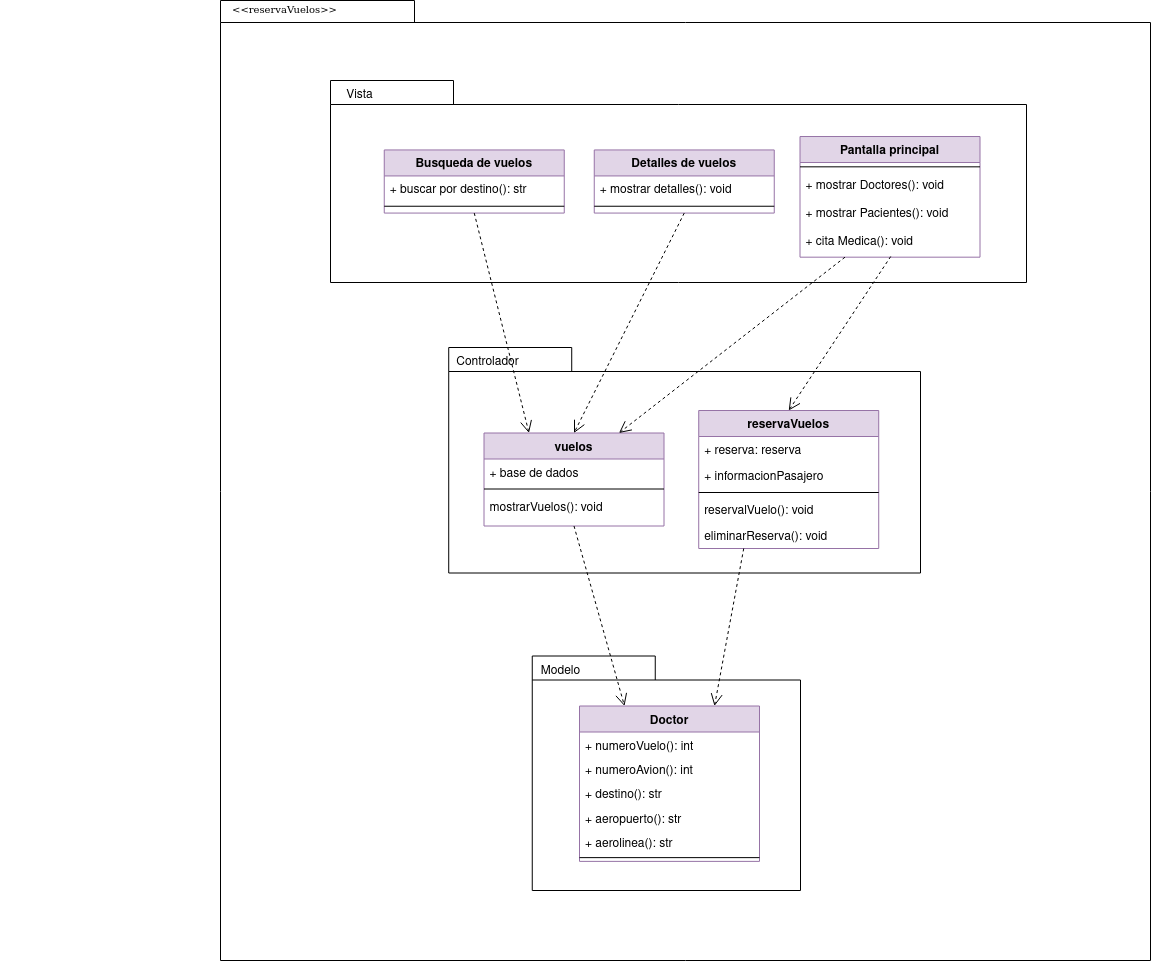
This is diagramas/diagramas/paquete/diagrama_paquete_reserva_vuelo.png from Chugani05/entorno_de_desarrollo, a draw.io export, as it was before one commit. Source tidied: cells renumbered, new cells last; positions are measured from the earlier drawing's top-left corner, leaving out a move shared by most shapes. The source it was exported from:
```xml
<mxGraphModel>
  <root>
    <mxCell id="0" />
    <mxCell id="1" parent="0" />
    <mxCell id="2" style="shape=folder;fontStyle=1;spacingTop=10;tabWidth=194;tabHeight=22;tabPosition=left;html=1;rounded=0;shadow=0;comic=0;labelBackgroundColor=none;strokeWidth=1;fillColor=none;fontFamily=Verdana;fontSize=10;align=center;" parent="1" vertex="1">
      <mxGeometry x="220" width="930" height="960" as="geometry" />
    </mxCell>
    <mxCell id="3" style="group;fillColor=none;" parent="1" vertex="1">
      <mxGeometry y="80" width="1086" height="810" as="geometry" />
    </mxCell>
    <mxCell id="4" style="shape=folder;fontStyle=1;spacingTop=10;tabWidth=123;tabHeight=24;tabPosition=left;html=1;rounded=0;shadow=0;comic=0;labelBackgroundColor=none;strokeWidth=1;fontFamily=Verdana;fontSize=10;align=center;" parent="3" vertex="1">
      <mxGeometry x="330" width="696" height="202" as="geometry" />
    </mxCell>
    <mxCell id="5" value="Busqueda de vuelos" style="swimlane;fontStyle=1;align=center;verticalAlign=top;horizontal=1;startSize=26;rounded=0;shadow=0;strokeWidth=1;fillColor=#e1d5e7;strokeColor=#9673a6;" parent="3" vertex="1">
      <mxGeometry x="383.8" y="69.4" width="180" height="63.1" as="geometry" />
    </mxCell>
    <mxCell id="6" value="+ buscar por destino(): str" style="text;align=left;verticalAlign=top;spacingLeft=4;spacingRight=4;overflow=hidden;" parent="5" vertex="1">
      <mxGeometry y="26" width="180" height="26.3" as="geometry" />
    </mxCell>
    <mxCell id="7" style="line;html=1;strokeWidth=1;align=left;verticalAlign=middle;spacingTop=-1;spacingLeft=3;spacingRight=3;labelPosition=right;" parent="5" vertex="1">
      <mxGeometry y="52.3" width="180" height="8.1" as="geometry" />
    </mxCell>
    <mxCell id="8" value="Detalles de vuelos" style="swimlane;fontStyle=1;align=center;verticalAlign=top;horizontal=1;startSize=26;rounded=0;shadow=0;strokeWidth=1;fillColor=#e1d5e7;strokeColor=#9673a6;" parent="3" vertex="1">
      <mxGeometry x="593.8" y="69.4" width="180" height="63.1" as="geometry" />
    </mxCell>
    <mxCell id="9" value="+ mostrar detalles(): void" style="text;align=left;verticalAlign=top;spacingLeft=4;spacingRight=4;overflow=hidden;" parent="8" vertex="1">
      <mxGeometry y="26" width="180" height="26.3" as="geometry" />
    </mxCell>
    <mxCell id="10" style="line;html=1;strokeWidth=1;align=left;verticalAlign=middle;spacingTop=-1;spacingLeft=3;spacingRight=3;labelPosition=right;" parent="8" vertex="1">
      <mxGeometry y="52.3" width="180" height="8.1" as="geometry" />
    </mxCell>
    <mxCell id="11" value="Vista" style="text;html=1;align=center;verticalAlign=middle;strokeColor=none;fillColor=none;" parent="3" vertex="1">
      <mxGeometry x="333.8" width="50" height="30" as="geometry" />
    </mxCell>
    <mxCell id="12" value="Pantalla principal" style="swimlane;fontStyle=1;align=center;verticalAlign=top;horizontal=1;startSize=26;rounded=0;shadow=0;strokeWidth=1;fillColor=#e1d5e7;strokeColor=#9673a6;" parent="3" vertex="1">
      <mxGeometry x="799.5" y="56" width="180" height="120.7" as="geometry" />
    </mxCell>
    <mxCell id="13" style="line;html=1;strokeWidth=1;align=left;verticalAlign=middle;spacingTop=-1;spacingLeft=3;spacingRight=3;labelPosition=right;" parent="12" vertex="1">
      <mxGeometry y="26" width="180" height="8.6" as="geometry" />
    </mxCell>
    <mxCell id="14" value="+ mostrar Doctores(): void" style="text;align=left;verticalAlign=top;spacingLeft=4;spacingRight=4;overflow=hidden;rounded=0;shadow=0;html=0;" parent="12" vertex="1">
      <mxGeometry y="34.6" width="180" height="28" as="geometry" />
    </mxCell>
    <mxCell id="15" value="+ mostrar Pacientes(): void" style="text;align=left;verticalAlign=top;spacingLeft=4;spacingRight=4;overflow=hidden;rounded=0;shadow=0;html=0;" parent="12" vertex="1">
      <mxGeometry y="62.6" width="180" height="28" as="geometry" />
    </mxCell>
    <mxCell id="16" value="+ cita Medica(): void" style="text;align=left;verticalAlign=top;spacingLeft=4;spacingRight=4;overflow=hidden;points=[[0,0.5],[1,0.5]];portConstraint=eastwest;rounded=0;shadow=0;html=0;" parent="12" vertex="1">
      <mxGeometry y="90.6" width="180" height="28" as="geometry" />
    </mxCell>
    <mxCell id="17" style="shape=folder;fontStyle=1;spacingTop=10;tabWidth=123;tabHeight=24;tabPosition=left;html=1;rounded=0;shadow=0;comic=0;labelBackgroundColor=none;strokeColor=#000000;strokeWidth=1;fillColor=#ffffff;fontFamily=Verdana;fontSize=10;fontColor=#000000;align=center;" parent="3" vertex="1">
      <mxGeometry x="531.8" y="575.5" width="268.2" height="234.5" as="geometry" />
    </mxCell>
    <mxCell id="18" style="shape=folder;fontStyle=1;spacingTop=10;tabWidth=123;tabHeight=24;tabPosition=left;html=1;rounded=0;shadow=0;comic=0;labelBackgroundColor=none;strokeWidth=1;fontFamily=Verdana;fontSize=10;align=center;" parent="3" vertex="1">
      <mxGeometry x="448.2" y="267" width="471.8" height="225.5" as="geometry" />
    </mxCell>
    <mxCell id="19" value="vuelos" style="swimlane;fontStyle=1;align=center;verticalAlign=top;horizontal=1;startSize=26;rounded=0;shadow=0;strokeWidth=1;fillColor=#e1d5e7;strokeColor=#9673a6;" parent="3" vertex="1">
      <mxGeometry x="483.5" y="352.5" width="180" height="93" as="geometry" />
    </mxCell>
    <mxCell id="20" value="+ base de dados" style="text;align=left;verticalAlign=top;spacingLeft=4;spacingRight=4;overflow=hidden;" parent="19" vertex="1">
      <mxGeometry y="26" width="180" height="26" as="geometry" />
    </mxCell>
    <mxCell id="21" style="line;html=1;strokeWidth=1;align=left;verticalAlign=middle;spacingTop=-1;spacingLeft=3;spacingRight=3;labelPosition=right;" parent="19" vertex="1">
      <mxGeometry y="52" width="180" height="8" as="geometry" />
    </mxCell>
    <mxCell id="22" value="mostrarVuelos(): void" style="text;align=left;verticalAlign=top;spacingLeft=4;spacingRight=4;overflow=hidden;rounded=0;shadow=0;html=0;" parent="19" vertex="1">
      <mxGeometry y="60" width="180" height="26" as="geometry" />
    </mxCell>
    <mxCell id="23" value="Controlador" style="text;html=1;align=center;verticalAlign=middle;strokeColor=none;fillColor=none;" parent="3" vertex="1">
      <mxGeometry x="441.8" y="267" width="90" height="30" as="geometry" />
    </mxCell>
    <mxCell id="24" style="edgeStyle=none;rounded=0;html=1;dashed=1;labelBackgroundColor=none;startFill=0;endArrow=open;endFill=0;endSize=10;fontFamily=Verdana;fontSize=10;entryX=0.5;entryY=0;entryDx=0;entryDy=0;exitX=0.5;exitY=1;exitDx=0;exitDy=0;" parent="3" edge="1" source="8" target="19">
      <mxGeometry relative="1" as="geometry" />
    </mxCell>
    <mxCell id="25" style="edgeStyle=none;rounded=0;html=1;dashed=1;labelBackgroundColor=none;startFill=0;endArrow=open;endFill=0;endSize=10;fontFamily=Verdana;fontSize=10;entryX=0.25;entryY=0;exitX=0.5;exitY=1;exitDx=0;exitDy=0;entryDx=0;entryDy=0;" parent="3" edge="1" source="5" target="19">
      <mxGeometry relative="1" as="geometry" />
    </mxCell>
    <mxCell id="26" style="edgeStyle=none;rounded=0;html=1;dashed=1;labelBackgroundColor=none;startFill=0;endArrow=open;endFill=0;endSize=10;fontFamily=Verdana;fontSize=10;entryX=0.75;entryY=0;entryDx=0;entryDy=0;exitX=0.25;exitY=1;exitDx=0;exitDy=0;" parent="3" edge="1" source="12" target="19">
      <mxGeometry relative="1" as="geometry" />
    </mxCell>
    <mxCell id="27" value="Doctor" style="swimlane;fontStyle=1;align=center;verticalAlign=top;horizontal=1;startSize=26;rounded=0;shadow=0;strokeWidth=1;fillColor=#e1d5e7;strokeColor=#9673a6;" parent="3" vertex="1">
      <mxGeometry x="579" y="625.5" width="180" height="155.4" as="geometry" />
    </mxCell>
    <mxCell id="28" value="+ numeroVuelo(): int" style="text;align=left;verticalAlign=top;spacingLeft=4;spacingRight=4;overflow=hidden;" parent="27" vertex="1">
      <mxGeometry y="26" width="180" height="24.4" as="geometry" />
    </mxCell>
    <mxCell id="29" value="+ numeroAvion(): int" style="text;align=left;verticalAlign=top;spacingLeft=4;spacingRight=4;overflow=hidden;" parent="27" vertex="1">
      <mxGeometry y="50.4" width="180" height="24.4" as="geometry" />
    </mxCell>
    <mxCell id="30" value="+ destino(): str" style="text;align=left;verticalAlign=top;spacingLeft=4;spacingRight=4;overflow=hidden;" parent="27" vertex="1">
      <mxGeometry y="74.8" width="180" height="24.4" as="geometry" />
    </mxCell>
    <mxCell id="31" value="+ aeropuerto(): str" style="text;align=left;verticalAlign=top;spacingLeft=4;spacingRight=4;overflow=hidden;" parent="27" vertex="1">
      <mxGeometry y="99.1" width="180" height="24.4" as="geometry" />
    </mxCell>
    <mxCell id="32" value="+ aerolinea(): str" style="text;align=left;verticalAlign=top;spacingLeft=4;spacingRight=4;overflow=hidden;" parent="27" vertex="1">
      <mxGeometry y="123.5" width="180" height="24.4" as="geometry" />
    </mxCell>
    <mxCell id="33" style="line;html=1;strokeWidth=1;align=left;verticalAlign=middle;spacingTop=-1;spacingLeft=3;spacingRight=3;labelPosition=right;" parent="27" vertex="1">
      <mxGeometry y="147.9" width="180" height="7.5" as="geometry" />
    </mxCell>
    <mxCell id="34" style="edgeStyle=none;rounded=0;html=1;dashed=1;labelBackgroundColor=none;startFill=0;endArrow=open;endFill=0;endSize=10;fontFamily=Verdana;fontSize=10;entryX=0.25;entryY=0;exitX=0.5;exitY=1;exitDx=0;exitDy=0;entryDx=0;entryDy=0;" parent="3" edge="1" source="19" target="27">
      <mxGeometry relative="1" as="geometry" />
    </mxCell>
    <mxCell id="35" value="Modelo" style="text;html=1;align=center;verticalAlign=middle;strokeColor=none;fillColor=none;" parent="3" vertex="1">
      <mxGeometry x="529.5" y="575.5" width="60" height="30" as="geometry" />
    </mxCell>
    <mxCell id="36" value="reservaVuelos" style="swimlane;fontStyle=1;align=center;verticalAlign=top;horizontal=1;startSize=26;rounded=0;shadow=0;strokeWidth=1;fillColor=#e1d5e7;strokeColor=#9673a6;" parent="3" vertex="1">
      <mxGeometry x="698.2" y="330" width="180" height="138" as="geometry" />
    </mxCell>
    <mxCell id="37" value="+ reserva: reserva" style="text;align=left;verticalAlign=top;spacingLeft=4;spacingRight=4;overflow=hidden;" parent="36" vertex="1">
      <mxGeometry y="26" width="180" height="26" as="geometry" />
    </mxCell>
    <mxCell id="38" value="+ informacionPasajero" style="text;align=left;verticalAlign=top;spacingLeft=4;spacingRight=4;overflow=hidden;" parent="36" vertex="1">
      <mxGeometry y="52" width="180" height="26" as="geometry" />
    </mxCell>
    <mxCell id="39" style="line;html=1;strokeWidth=1;align=left;verticalAlign=middle;spacingTop=-1;spacingLeft=3;spacingRight=3;labelPosition=right;" parent="36" vertex="1">
      <mxGeometry y="78" width="180" height="8" as="geometry" />
    </mxCell>
    <mxCell id="40" value="reservalVuelo(): void" style="text;align=left;verticalAlign=top;spacingLeft=4;spacingRight=4;overflow=hidden;rounded=0;shadow=0;html=0;" parent="36" vertex="1">
      <mxGeometry y="86" width="180" height="26" as="geometry" />
    </mxCell>
    <mxCell id="41" value="eliminarReserva(): void" style="text;align=left;verticalAlign=top;spacingLeft=4;spacingRight=4;overflow=hidden;rounded=0;shadow=0;html=0;" parent="36" vertex="1">
      <mxGeometry y="112" width="180" height="26" as="geometry" />
    </mxCell>
    <mxCell id="42" style="edgeStyle=none;rounded=0;html=1;dashed=1;labelBackgroundColor=none;startFill=0;endArrow=open;endFill=0;endSize=10;fontFamily=Verdana;fontSize=10;entryX=0.5;entryY=0;entryDx=0;entryDy=0;exitX=0.504;exitY=1.047;exitDx=0;exitDy=0;exitPerimeter=0;" parent="3" edge="1" source="16" target="36">
      <mxGeometry relative="1" as="geometry" />
    </mxCell>
    <mxCell id="43" style="edgeStyle=none;rounded=0;html=1;dashed=1;labelBackgroundColor=none;startFill=0;endArrow=open;endFill=0;endSize=10;fontFamily=Verdana;fontSize=10;entryX=0.75;entryY=0;exitX=0.25;exitY=1;exitDx=0;exitDy=0;entryDx=0;entryDy=0;" parent="3" edge="1" source="36" target="27">
      <mxGeometry relative="1" as="geometry" />
    </mxCell>
    <mxCell id="44" value="&amp;lt;&amp;lt;reservaVuelos&amp;gt;&amp;gt;" style="text;html=1;align=left;verticalAlign=top;spacingTop=-4;fontSize=10;fontFamily=Verdana;" parent="1" vertex="1">
      <mxGeometry x="230" width="130" height="20" as="geometry" />
    </mxCell>
  </root>
</mxGraphModel>
```
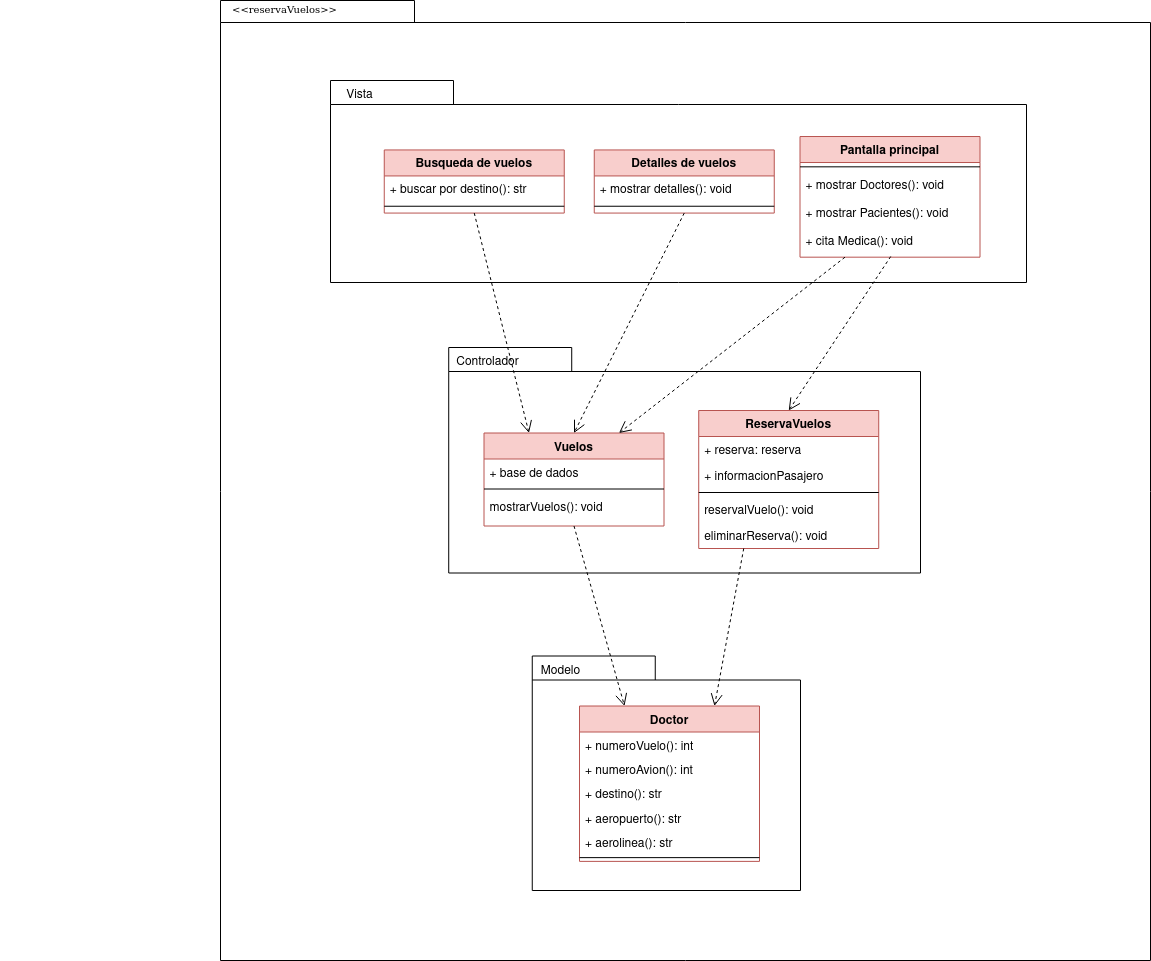
After the commit.

What changed in the source:
```diff
@@ -11,7 +11,7 @@
     <mxCell id="4" style="shape=folder;fontStyle=1;spacingTop=10;tabWidth=123;tabHeight=24;tabPosition=left;html=1;rounded=0;shadow=0;comic=0;labelBackgroundColor=none;strokeWidth=1;fontFamily=Verdana;fontSize=10;align=center;" parent="3" vertex="1">
       <mxGeometry x="330" width="696" height="202" as="geometry" />
     </mxCell>
-    <mxCell id="5" value="Busqueda de vuelos" style="swimlane;fontStyle=1;align=center;verticalAlign=top;horizontal=1;startSize=26;rounded=0;shadow=0;strokeWidth=1;fillColor=#e1d5e7;strokeColor=#9673a6;" parent="3" vertex="1">
+    <mxCell id="5" value="Busqueda de vuelos" style="swimlane;fontStyle=1;align=center;verticalAlign=top;horizontal=1;startSize=26;rounded=0;shadow=0;strokeWidth=1;fillColor=#f8cecc;strokeColor=#b85450;" parent="3" vertex="1">
       <mxGeometry x="383.8" y="69.4" width="180" height="63.1" as="geometry" />
     </mxCell>
     <mxCell id="6" value="+ buscar por destino(): str" style="text;align=left;verticalAlign=top;spacingLeft=4;spacingRight=4;overflow=hidden;" parent="5" vertex="1">
@@ -20,7 +20,7 @@
     <mxCell id="7" style="line;html=1;strokeWidth=1;align=left;verticalAlign=middle;spacingTop=-1;spacingLeft=3;spacingRight=3;labelPosition=right;" parent="5" vertex="1">
       <mxGeometry y="52.3" width="180" height="8.1" as="geometry" />
     </mxCell>
-    <mxCell id="8" value="Detalles de vuelos" style="swimlane;fontStyle=1;align=center;verticalAlign=top;horizontal=1;startSize=26;rounded=0;shadow=0;strokeWidth=1;fillColor=#e1d5e7;strokeColor=#9673a6;" parent="3" vertex="1">
+    <mxCell id="8" value="Detalles de vuelos" style="swimlane;fontStyle=1;align=center;verticalAlign=top;horizontal=1;startSize=26;rounded=0;shadow=0;strokeWidth=1;fillColor=#f8cecc;strokeColor=#b85450;" parent="3" vertex="1">
       <mxGeometry x="593.8" y="69.4" width="180" height="63.1" as="geometry" />
     </mxCell>
     <mxCell id="9" value="+ mostrar detalles(): void" style="text;align=left;verticalAlign=top;spacingLeft=4;spacingRight=4;overflow=hidden;" parent="8" vertex="1">
@@ -32,7 +32,7 @@
     <mxCell id="11" value="Vista" style="text;html=1;align=center;verticalAlign=middle;strokeColor=none;fillColor=none;" parent="3" vertex="1">
       <mxGeometry x="333.8" width="50" height="30" as="geometry" />
     </mxCell>
-    <mxCell id="12" value="Pantalla principal" style="swimlane;fontStyle=1;align=center;verticalAlign=top;horizontal=1;startSize=26;rounded=0;shadow=0;strokeWidth=1;fillColor=#e1d5e7;strokeColor=#9673a6;" parent="3" vertex="1">
+    <mxCell id="12" value="Pantalla principal" style="swimlane;fontStyle=1;align=center;verticalAlign=top;horizontal=1;startSize=26;rounded=0;shadow=0;strokeWidth=1;fillColor=#f8cecc;strokeColor=#b85450;" parent="3" vertex="1">
       <mxGeometry x="799.5" y="56" width="180" height="120.7" as="geometry" />
     </mxCell>
     <mxCell id="13" style="line;html=1;strokeWidth=1;align=left;verticalAlign=middle;spacingTop=-1;spacingLeft=3;spacingRight=3;labelPosition=right;" parent="12" vertex="1">
@@ -53,7 +53,7 @@
     <mxCell id="18" style="shape=folder;fontStyle=1;spacingTop=10;tabWidth=123;tabHeight=24;tabPosition=left;html=1;rounded=0;shadow=0;comic=0;labelBackgroundColor=none;strokeWidth=1;fontFamily=Verdana;fontSize=10;align=center;" parent="3" vertex="1">
       <mxGeometry x="448.2" y="267" width="471.8" height="225.5" as="geometry" />
     </mxCell>
-    <mxCell id="19" value="vuelos" style="swimlane;fontStyle=1;align=center;verticalAlign=top;horizontal=1;startSize=26;rounded=0;shadow=0;strokeWidth=1;fillColor=#e1d5e7;strokeColor=#9673a6;" parent="3" vertex="1">
+    <mxCell id="19" value="Vuelos" style="swimlane;fontStyle=1;align=center;verticalAlign=top;horizontal=1;startSize=26;rounded=0;shadow=0;strokeWidth=1;fillColor=#f8cecc;strokeColor=#b85450;" parent="3" vertex="1">
       <mxGeometry x="483.5" y="352.5" width="180" height="93" as="geometry" />
     </mxCell>
     <mxCell id="20" value="+ base de dados" style="text;align=left;verticalAlign=top;spacingLeft=4;spacingRight=4;overflow=hidden;" parent="19" vertex="1">
@@ -77,7 +77,7 @@
     <mxCell id="26" style="edgeStyle=none;rounded=0;html=1;dashed=1;labelBackgroundColor=none;startFill=0;endArrow=open;endFill=0;endSize=10;fontFamily=Verdana;fontSize=10;entryX=0.75;entryY=0;entryDx=0;entryDy=0;exitX=0.25;exitY=1;exitDx=0;exitDy=0;" parent="3" edge="1" source="12" target="19">
       <mxGeometry relative="1" as="geometry" />
     </mxCell>
-    <mxCell id="27" value="Doctor" style="swimlane;fontStyle=1;align=center;verticalAlign=top;horizontal=1;startSize=26;rounded=0;shadow=0;strokeWidth=1;fillColor=#e1d5e7;strokeColor=#9673a6;" parent="3" vertex="1">
+    <mxCell id="27" value="Doctor" style="swimlane;fontStyle=1;align=center;verticalAlign=top;horizontal=1;startSize=26;rounded=0;shadow=0;strokeWidth=1;fillColor=#f8cecc;strokeColor=#b85450;" parent="3" vertex="1">
       <mxGeometry x="579" y="625.5" width="180" height="155.4" as="geometry" />
     </mxCell>
     <mxCell id="28" value="+ numeroVuelo(): int" style="text;align=left;verticalAlign=top;spacingLeft=4;spacingRight=4;overflow=hidden;" parent="27" vertex="1">
@@ -104,7 +104,7 @@
     <mxCell id="35" value="Modelo" style="text;html=1;align=center;verticalAlign=middle;strokeColor=none;fillColor=none;" parent="3" vertex="1">
       <mxGeometry x="529.5" y="575.5" width="60" height="30" as="geometry" />
     </mxCell>
-    <mxCell id="36" value="reservaVuelos" style="swimlane;fontStyle=1;align=center;verticalAlign=top;horizontal=1;startSize=26;rounded=0;shadow=0;strokeWidth=1;fillColor=#e1d5e7;strokeColor=#9673a6;" parent="3" vertex="1">
+    <mxCell id="36" value="ReservaVuelos" style="swimlane;fontStyle=1;align=center;verticalAlign=top;horizontal=1;startSize=26;rounded=0;shadow=0;strokeWidth=1;fillColor=#f8cecc;strokeColor=#b85450;" parent="3" vertex="1">
       <mxGeometry x="698.2" y="330" width="180" height="138" as="geometry" />
     </mxCell>
     <mxCell id="37" value="+ reserva: reserva" style="text;align=left;verticalAlign=top;spacingLeft=4;spacingRight=4;overflow=hidden;" parent="36" vertex="1">
```
